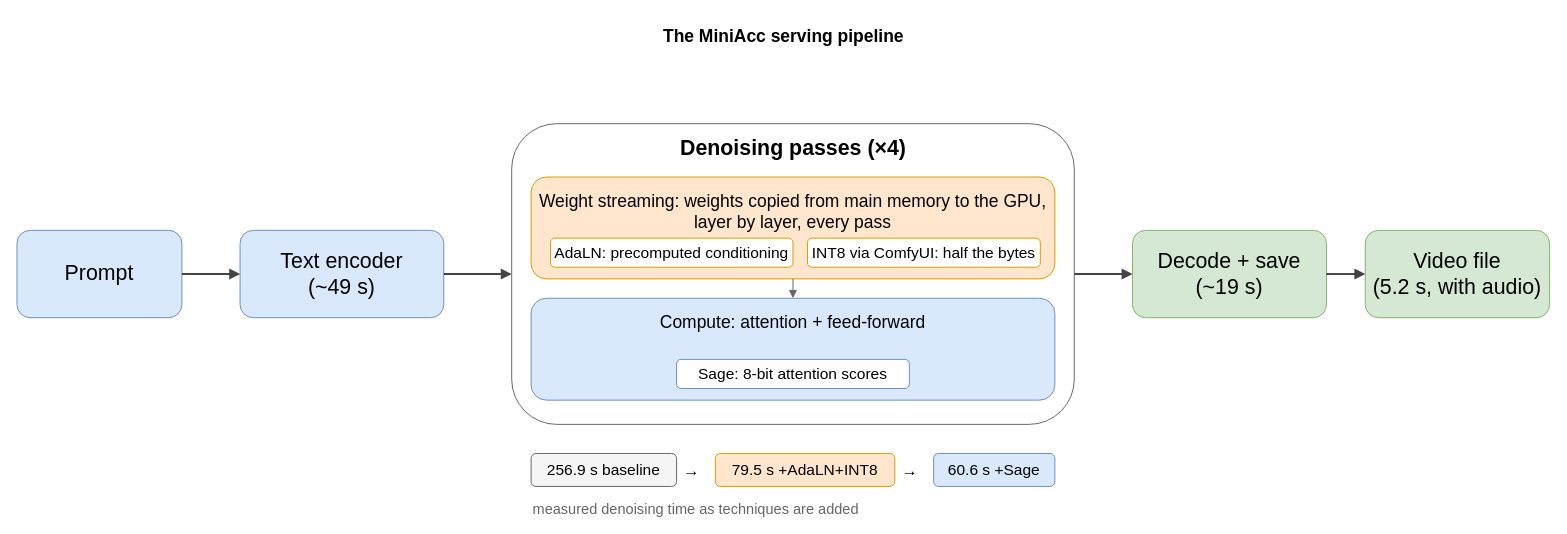
Before: assets/images/blog/miniacc/pipeline-diagram.drawio in TY-Yang3015/TY-Yang3015.github.io, a draw.io diagram. Source tidied: cells renumbered, new cells numbered last; positions are measured from the earlier drawing's top-left corner, leaving out a move shared by most shapes. Both pictures are drawn from the tidied source at 97%, with x=0, y=0 at pixel (16, 16).
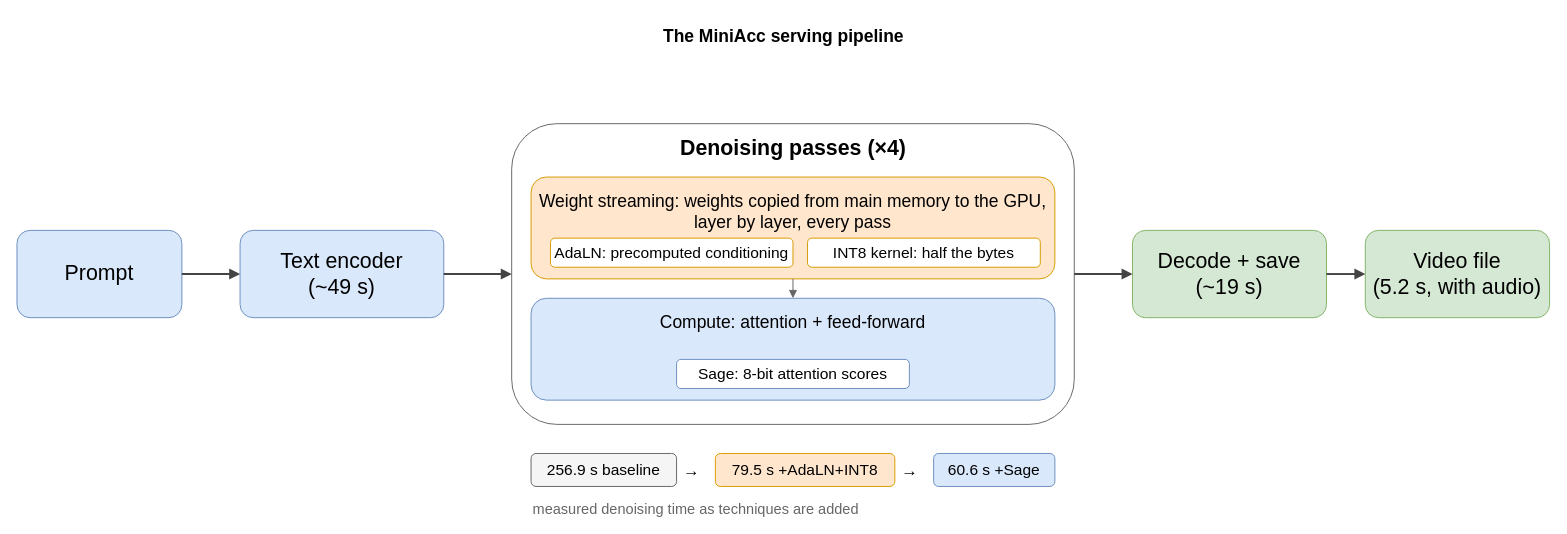
The same diagram, later.

Commit message (it also covers changes not shown here):
Blog MiniAcc: call the INT8 approach a plain INT8 kernel

Change to the diagram source:
```diff
@@
-    <mxCell id="9" value="INT8 via ComfyUI: half the bytes" style="rounded=1;whiteSpace=wrap;html=1;fillColor=#ffffff;strokeColor=#d79b00;fontSize=16;align=center;verticalAlign=middle;" parent="1" vertex="1">
+    <mxCell id="9" value="INT8 kernel: half the bytes" style="rounded=1;whiteSpace=wrap;html=1;fillColor=#ffffff;strokeColor=#d79b00;fontSize=16;align=center;verticalAlign=middle;" parent="1" vertex="1">
       <mxGeometry x="815" y="228" width="240" height="30" as="geometry" />
     </mxCell>
```
